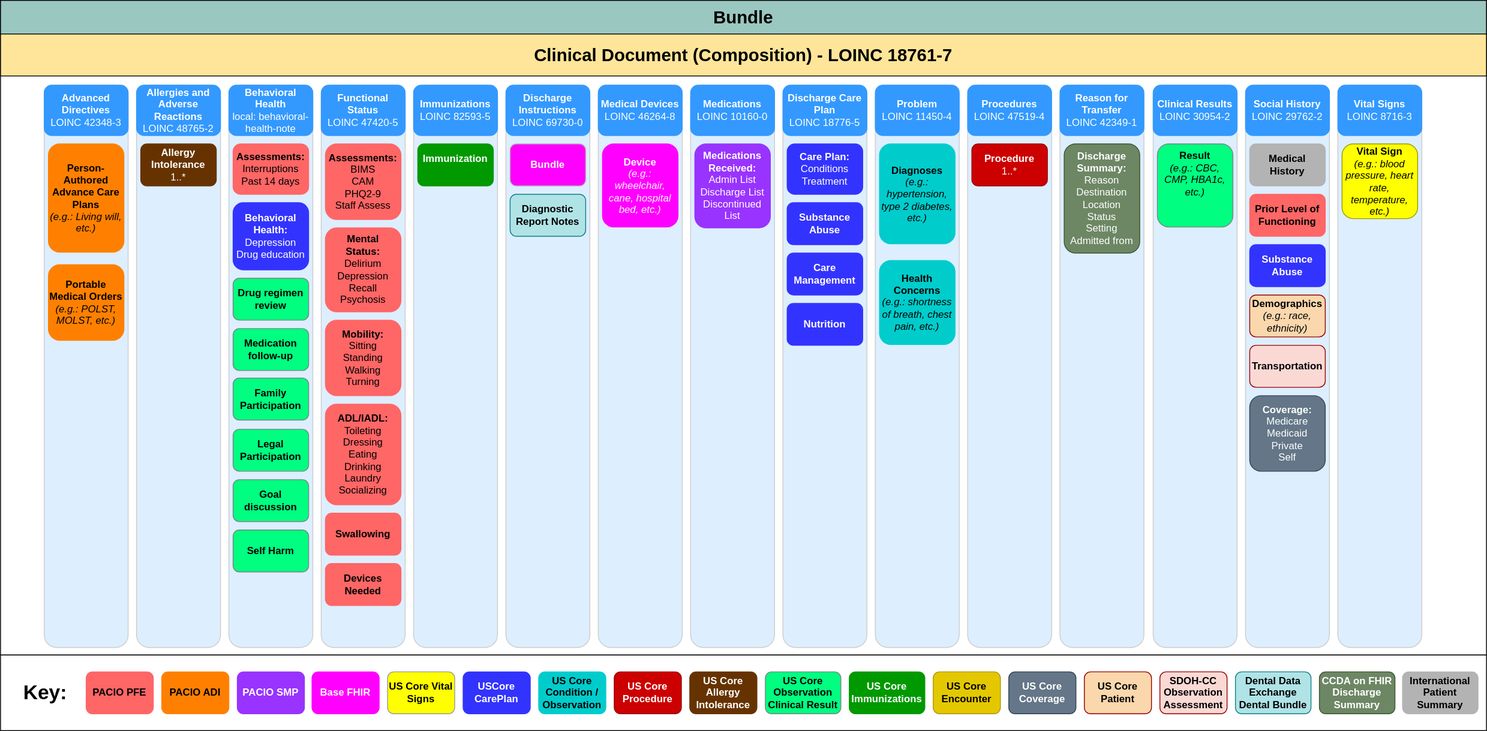
This is input/images/TOC-structure.svg from HL7/fhir-transitions-of-care-ig, a draw.io export, as it was before one commit. Source tidied: cells renumbered, new cells last; positions are measured from the earlier drawing's top-left corner, leaving out a move shared by most shapes.
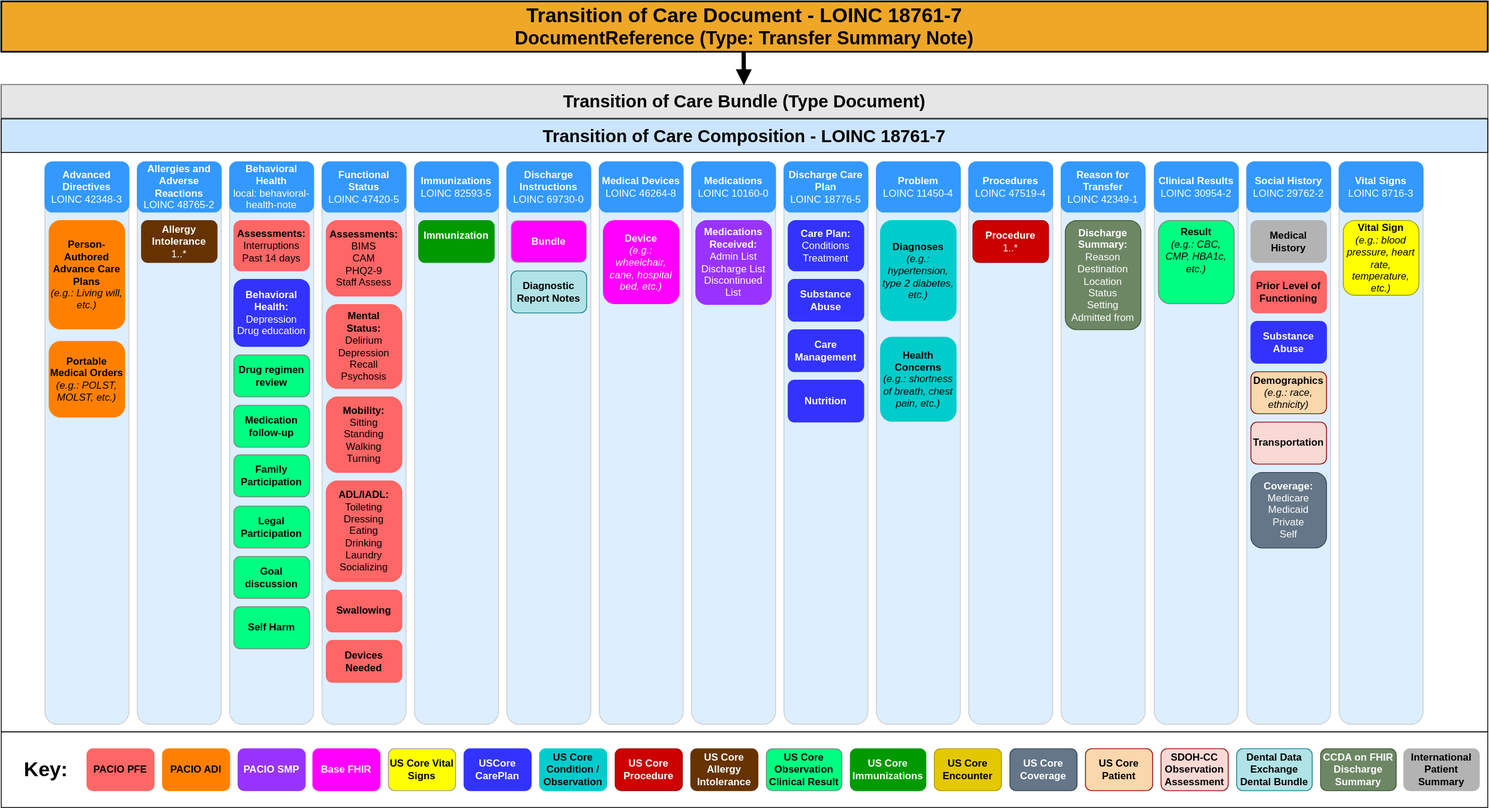
After the change.

What changed in the source:
```diff
@@ -3,13 +3,13 @@
     <mxCell id="0" />
     <mxCell id="1" parent="0" />
     <mxCell id="2" style="rounded=0;whiteSpace=wrap;html=1;" parent="1" vertex="1">
-      <mxGeometry width="1770" height="780" as="geometry" />
+      <mxGeometry y="10" width="1770" height="770" as="geometry" />
     </mxCell>
-    <mxCell id="3" value="&lt;b&gt;&lt;font style=&quot;font-size: 21px;&quot;&gt;Bundle&lt;/font&gt;&lt;/b&gt;" style="rounded=0;whiteSpace=wrap;html=1;fillColor=#9AC7BF;" parent="1" vertex="1">
-      <mxGeometry width="1770" height="40" as="geometry" />
+    <mxCell id="3" value="&lt;b&gt;&lt;font style=&quot;font-size: 21px;&quot;&gt;Transition of Care Bundle (Type Document)&lt;/font&gt;&lt;/b&gt;" style="rounded=0;whiteSpace=wrap;html=1;fillColor=#E6E6E6;fontColor=#000000;strokeColor=#666666;" parent="1" vertex="1">
+      <mxGeometry y="9" width="1770" height="40" as="geometry" />
     </mxCell>
-    <mxCell id="4" value="&lt;b&gt;&lt;font style=&quot;font-size: 21px;&quot;&gt;Clinical Document (Composition) - LOINC 18761-7&lt;/font&gt;&lt;/b&gt;" style="rounded=0;whiteSpace=wrap;html=1;fillColor=#FFE599;" parent="1" vertex="1">
-      <mxGeometry y="40" width="1770" height="50" as="geometry" />
+    <mxCell id="4" value="&lt;b&gt;&lt;font style=&quot;font-size: 21px;&quot;&gt;Transition of Care Composition - LOINC 18761-7&lt;/font&gt;&lt;/b&gt;" style="rounded=0;whiteSpace=wrap;html=1;fillColor=#CCE5FF;" parent="1" vertex="1">
+      <mxGeometry y="50" width="1770" height="40" as="geometry" />
     </mxCell>
     <mxCell id="5" style="rounded=0;whiteSpace=wrap;html=1;" parent="1" vertex="1">
       <mxGeometry y="780" width="1770" height="90" as="geometry" />
@@ -50,16 +50,16 @@
     <mxCell id="17" style="rounded=1;whiteSpace=wrap;html=1;strokeColor=#CCCCCC;fillColor=#DDEEFF;" parent="1" vertex="1">
       <mxGeometry x="1593" y="101" width="100" height="670" as="geometry" />
     </mxCell>
-    <mxCell id="18" value="Advanced&lt;div&gt;Directives&lt;/div&gt;&lt;div&gt;&lt;span style=&quot;font-weight: normal;&quot;&gt;LOINC&amp;nbsp;42348-3&lt;/span&gt;&lt;/div&gt;" style="rounded=1;whiteSpace=wrap;html=1;fillColor=#3399FF;strokeColor=#3399FF;fontStyle=1;fontColor=#FFFFFF;" parent="1" vertex="1">
+    <mxCell id="18" value="&lt;font style=&quot;color: rgb(255, 255, 255);&quot;&gt;Advanced&lt;/font&gt;&lt;div&gt;&lt;font style=&quot;color: rgb(255, 255, 255);&quot;&gt;Directives&lt;/font&gt;&lt;/div&gt;&lt;div&gt;&lt;span style=&quot;font-weight: normal;&quot;&gt;&lt;font style=&quot;color: rgb(255, 255, 255);&quot;&gt;LOINC&amp;nbsp;42348-3&lt;/font&gt;&lt;/span&gt;&lt;/div&gt;" style="rounded=1;whiteSpace=wrap;html=1;fillColor=#3399FF;strokeColor=#3399FF;fontStyle=1;fontColor=#FFFFFF;" parent="1" vertex="1">
       <mxGeometry x="52" y="101" width="100" height="60" as="geometry" />
     </mxCell>
-    <mxCell id="19" value="Allergies and Adverse Reactions&lt;div&gt;&lt;span style=&quot;font-weight: normal;&quot;&gt;LOINC&amp;nbsp;&lt;/span&gt;&lt;span style=&quot;background-color: initial; font-weight: 400;&quot;&gt;48765-2&lt;/span&gt;&lt;/div&gt;" style="rounded=1;whiteSpace=wrap;html=1;fillColor=#3399FF;strokeColor=#3399FF;fontStyle=1;fontColor=#FFFFFF;" parent="1" vertex="1">
+    <mxCell id="19" value="&lt;font style=&quot;color: light-dark(rgb(255, 255, 255), rgb(255, 255, 255));&quot;&gt;Allergies and Adverse Reactions&lt;/font&gt;&lt;div&gt;&lt;div&gt;&lt;font style=&quot;color: light-dark(rgb(255, 255, 255), rgb(255, 255, 255));&quot;&gt;&lt;span style=&quot;font-weight: normal;&quot;&gt;LOINC&amp;nbsp;&lt;/span&gt;&lt;span style=&quot;font-weight: 400;&quot;&gt;48765-2&lt;/span&gt;&lt;/font&gt;&lt;/div&gt;&lt;/div&gt;" style="rounded=1;whiteSpace=wrap;html=1;fillColor=#3399FF;strokeColor=#3399FF;fontStyle=1;fontColor=light-dark(#FFFFFF,#FFFFFF);labelBackgroundColor=none;" parent="1" vertex="1">
       <mxGeometry x="162" y="101" width="100" height="60" as="geometry" />
     </mxCell>
-    <mxCell id="20" value="Functional&lt;div&gt;Status&lt;/div&gt;&lt;div&gt;&lt;span style=&quot;font-weight: normal;&quot;&gt;LOINC 47420-5&lt;/span&gt;&lt;/div&gt;" style="rounded=1;whiteSpace=wrap;html=1;fillColor=#3399FF;strokeColor=#3399FF;fontStyle=1;fontColor=#FFFFFF;" parent="1" vertex="1">
+    <mxCell id="20" value="Functional&lt;div&gt;&lt;font style=&quot;color: rgb(255, 255, 255);&quot;&gt;Status&lt;/font&gt;&lt;/div&gt;&lt;div&gt;&lt;span style=&quot;font-weight: normal;&quot;&gt;&lt;font style=&quot;color: rgb(255, 255, 255);&quot;&gt;LOINC 47420-5&lt;/font&gt;&lt;/span&gt;&lt;/div&gt;" style="rounded=1;whiteSpace=wrap;html=1;fillColor=#3399FF;strokeColor=#3399FF;fontStyle=1;fontColor=#FFFFFF;" parent="1" vertex="1">
       <mxGeometry x="382" y="101" width="100" height="60" as="geometry" />
     </mxCell>
-    <mxCell id="21" value="Immunizations&lt;div&gt;&lt;span style=&quot;font-weight: normal;&quot;&gt;LOINC 82593-5&lt;/span&gt;&lt;/div&gt;" style="rounded=1;whiteSpace=wrap;html=1;fillColor=#3399FF;strokeColor=#3399FF;fontStyle=1;fontColor=#FFFFFF;" parent="1" vertex="1">
+    <mxCell id="21" value="&lt;font style=&quot;color: rgb(255, 255, 255);&quot;&gt;Immunizations&lt;/font&gt;&lt;div&gt;&lt;span style=&quot;font-weight: normal;&quot;&gt;&lt;font style=&quot;color: rgb(255, 255, 255);&quot;&gt;LOINC 82593-5&lt;/font&gt;&lt;/span&gt;&lt;/div&gt;" style="rounded=1;whiteSpace=wrap;html=1;fillColor=#3399FF;strokeColor=#3399FF;fontStyle=1;fontColor=#FFFFFF;" parent="1" vertex="1">
       <mxGeometry x="492" y="101" width="100" height="60" as="geometry" />
     </mxCell>
     <mxCell id="22" value="Medications&lt;div&gt;&lt;span style=&quot;font-weight: normal;&quot;&gt;LOINC 10160-0&lt;/span&gt;&lt;/div&gt;" style="rounded=1;whiteSpace=wrap;html=1;fillColor=#3399FF;strokeColor=#3399FF;fontStyle=1;fontColor=#FFFFFF;" parent="1" vertex="1">
@@ -74,7 +74,7 @@
     <mxCell id="25" value="Procedures&lt;div&gt;&lt;span style=&quot;font-weight: normal;&quot;&gt;LOINC&amp;nbsp;&lt;/span&gt;&lt;span style=&quot;background-color: initial; font-weight: 400;&quot;&gt;47519-4&lt;/span&gt;&lt;/div&gt;" style="rounded=1;whiteSpace=wrap;html=1;fillColor=#3399FF;strokeColor=#3399FF;fontStyle=1;fontColor=#FFFFFF;" parent="1" vertex="1">
       <mxGeometry x="1152" y="101" width="100" height="60" as="geometry" />
     </mxCell>
-    <mxCell id="26" value="Reason for&lt;div&gt;&lt;font style=&quot;color: rgb(255, 255, 255);&quot;&gt;Transfer&lt;/font&gt;&lt;/div&gt;&lt;div&gt;&lt;span style=&quot;font-weight: normal;&quot;&gt;LOINC&amp;nbsp;&lt;/span&gt;&lt;span style=&quot;background-color: initial; font-weight: 400;&quot;&gt;42349-1&lt;/span&gt;&lt;/div&gt;" style="rounded=1;whiteSpace=wrap;html=1;fillColor=#3399FF;strokeColor=#3399FF;fontStyle=1;fontColor=#FFFFFF;" parent="1" vertex="1">
+    <mxCell id="26" value="Reason for&lt;div&gt;&lt;font style=&quot;color: rgb(255, 255, 255);&quot;&gt;Transfer&lt;/font&gt;&lt;/div&gt;&lt;div&gt;&lt;font style=&quot;color: rgb(255, 255, 255);&quot;&gt;&lt;span style=&quot;font-weight: normal;&quot;&gt;LOINC&amp;nbsp;&lt;/span&gt;&lt;span style=&quot;background-color: initial; font-weight: 400;&quot;&gt;42349-1&lt;/span&gt;&lt;/font&gt;&lt;/div&gt;" style="rounded=1;whiteSpace=wrap;html=1;fillColor=#3399FF;strokeColor=#3399FF;fontStyle=1;fontColor=#FFFFFF;" parent="1" vertex="1">
       <mxGeometry x="1262" y="101" width="100" height="60" as="geometry" />
     </mxCell>
     <mxCell id="27" value="Clinical Results&lt;div&gt;&lt;span style=&quot;font-weight: normal;&quot;&gt;LOINC&amp;nbsp;&lt;/span&gt;&lt;span style=&quot;background-color: initial; font-weight: 400;&quot;&gt;30954-2&lt;/span&gt;&lt;/div&gt;" style="rounded=1;whiteSpace=wrap;html=1;fillColor=#3399FF;strokeColor=#3399FF;fontStyle=1;fontColor=#FFFFFF;" parent="1" vertex="1">
@@ -179,13 +179,13 @@
     <mxCell id="60" style="rounded=1;whiteSpace=wrap;html=1;strokeColor=#CCCCCC;fillColor=#DDEEFF;" parent="1" vertex="1">
       <mxGeometry x="602" y="101" width="100" height="670" as="geometry" />
     </mxCell>
-    <mxCell id="61" value="Discharge Instructions&lt;div&gt;&lt;span style=&quot;font-weight: normal;&quot;&gt;LOINC 69730-0&lt;/span&gt;&lt;/div&gt;" style="rounded=1;whiteSpace=wrap;html=1;fillColor=#3399FF;strokeColor=#3399FF;fontStyle=1;fontColor=#FFFFFF;" parent="1" vertex="1">
+    <mxCell id="61" value="&lt;font style=&quot;color: rgb(252, 252, 252);&quot;&gt;Discharge Instructions&lt;/font&gt;&lt;div&gt;&lt;span style=&quot;font-weight: normal;&quot;&gt;&lt;font style=&quot;color: rgb(252, 252, 252);&quot;&gt;LOINC 69730-0&lt;/font&gt;&lt;/span&gt;&lt;/div&gt;" style="rounded=1;whiteSpace=wrap;html=1;fillColor=#3399FF;strokeColor=#3399FF;fontStyle=1;fontColor=#FFFFFF;" parent="1" vertex="1">
       <mxGeometry x="602" y="101" width="100" height="60" as="geometry" />
     </mxCell>
     <mxCell id="62" style="rounded=1;whiteSpace=wrap;html=1;strokeColor=#CCCCCC;fillColor=#DDEEFF;" parent="1" vertex="1">
       <mxGeometry x="712" y="101" width="100" height="670" as="geometry" />
     </mxCell>
-    <mxCell id="63" value="Medical Devices&lt;br&gt;&lt;div&gt;&lt;span style=&quot;font-weight: normal;&quot;&gt;LOINC&amp;nbsp;&lt;/span&gt;&lt;span style=&quot;background-color: initial; font-weight: 400;&quot;&gt;46264-8&lt;/span&gt;&lt;/div&gt;" style="rounded=1;whiteSpace=wrap;html=1;fillColor=#3399FF;strokeColor=#3399FF;fontStyle=1;fontColor=#FFFFFF;" parent="1" vertex="1">
+    <mxCell id="63" value="&lt;font style=&quot;color: light-dark(rgb(255, 255, 255), rgb(255, 255, 255));&quot;&gt;Medical Devices&lt;br&gt;&lt;/font&gt;&lt;div&gt;&lt;font style=&quot;color: light-dark(rgb(255, 255, 255), rgb(255, 255, 255));&quot;&gt;&lt;span style=&quot;font-weight: normal;&quot;&gt;LOINC&amp;nbsp;&lt;/span&gt;&lt;span style=&quot;background-color: initial; font-weight: 400;&quot;&gt;46264-8&lt;/span&gt;&lt;/font&gt;&lt;/div&gt;" style="rounded=1;whiteSpace=wrap;html=1;fillColor=#3399FF;strokeColor=#3399FF;fontStyle=1;fontColor=light-dark(#FFFFFF,#FFFFFF);" parent="1" vertex="1">
       <mxGeometry x="712" y="101" width="100" height="60" as="geometry" />
     </mxCell>
     <mxCell id="64" value="&lt;b&gt;PACIO PFE&lt;/b&gt;" style="rounded=1;whiteSpace=wrap;html=1;fillColor=#FF6666;strokeColor=#FF6666;" parent="1" vertex="1">
@@ -227,7 +227,7 @@
     <mxCell id="76" style="rounded=1;whiteSpace=wrap;html=1;strokeColor=#CCCCCC;fillColor=#DDEEFF;" parent="1" vertex="1">
       <mxGeometry x="272" y="101" width="100" height="670" as="geometry" />
     </mxCell>
-    <mxCell id="77" value="Behavioral Health&lt;br&gt;&lt;div&gt;&lt;span style=&quot;font-weight: 400;&quot;&gt;local: behavioral-health-note&lt;/span&gt;&lt;/div&gt;" style="rounded=1;whiteSpace=wrap;html=1;strokeColor=#3399FF;fillColor=#3399FF;fontStyle=1;fontColor=#FFFFFF;" parent="1" vertex="1">
+    <mxCell id="77" value="&lt;font style=&quot;color: rgb(255, 255, 255);&quot;&gt;Behavioral Health&lt;br&gt;&lt;/font&gt;&lt;div&gt;&lt;span style=&quot;font-weight: 400;&quot;&gt;&lt;font style=&quot;color: rgb(255, 255, 255);&quot;&gt;local: behavioral-health-note&lt;/font&gt;&lt;/span&gt;&lt;/div&gt;" style="rounded=1;whiteSpace=wrap;html=1;strokeColor=#3399FF;fillColor=#3399FF;fontStyle=1;fontColor=#FFFFFF;" parent="1" vertex="1">
       <mxGeometry x="272" y="101" width="100" height="60" as="geometry" />
     </mxCell>
     <mxCell id="78" value="&lt;font style=&quot;color: rgb(255, 255, 255);&quot;&gt;&lt;b style=&quot;&quot;&gt;US Core&lt;/b&gt;&lt;/font&gt;&lt;div&gt;&lt;font style=&quot;color: rgb(255, 255, 255);&quot;&gt;&lt;b style=&quot;&quot;&gt;Coverage&lt;/b&gt;&lt;/font&gt;&lt;/div&gt;" style="rounded=1;whiteSpace=wrap;html=1;fillColor=#647687;strokeColor=#314354;fontColor=#ffffff;" parent="1" vertex="1">
@@ -278,5 +278,14 @@
     <mxCell id="93" value="&lt;b&gt;Diagnostic Report Notes&lt;/b&gt;" style="rounded=1;whiteSpace=wrap;html=1;fillColor=#b0e3e6;strokeColor=#0e8088;" parent="1" vertex="1">
       <mxGeometry x="607" y="231" width="90" height="50" as="geometry" />
     </mxCell>
+    <mxCell id="94" value="&lt;b style=&quot;font-size: 24px;&quot;&gt;Transition of Care Document -&amp;nbsp;&lt;/b&gt;&lt;b style=&quot;font-size: 24px;&quot;&gt;LOINC 18761-7&lt;/b&gt;&lt;br&gt;&lt;font style=&quot;font-size: 22px;&quot;&gt;&lt;b style=&quot;&quot;&gt;DocumentReference (&lt;/b&gt;&lt;b style=&quot;&quot;&gt;Type: Transfer Summary Note&lt;/b&gt;&lt;b style=&quot;&quot;&gt;)&lt;/b&gt;&lt;/font&gt;" style="rounded=0;whiteSpace=wrap;html=1;fillColor=light-dark(#efa727, #2d544d);rotation=0;horizontal=1;strokeWidth=2;" parent="1" vertex="1">
+      <mxGeometry y="-90" width="1770" height="60" as="geometry" />
+    </mxCell>
+    <mxCell id="95" style="endArrow=block;html=1;rounded=0;endFill=1;strokeWidth=5;" parent="1" edge="1">
+      <mxGeometry relative="1" as="geometry">
+        <mxPoint x="884" y="-30" as="sourcePoint" />
+        <mxPoint x="884.3" y="10" as="targetPoint" />
+      </mxGeometry>
+    </mxCell>
   </root>
 </mxGraphModel>
```
